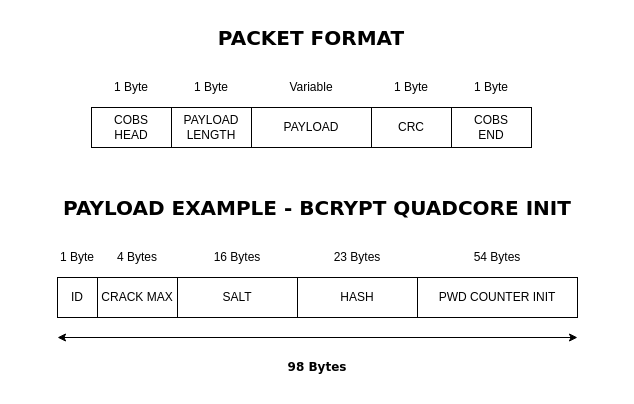
Djokzer/fpga_bruteforce_attack keeps this draw.io diagram as page "packet_format" (3 of 5) of assets/drawio/communication_protocol.drawio. Above is the earlier version. Source tidied: cells renumbered, new cells numbered last; positions are measured from the earlier drawing's top-left corner, leaving out a move shared by most shapes. Both pictures are drawn from the tidied source at 100%, with x=0, y=0 at pixel (17, 17).
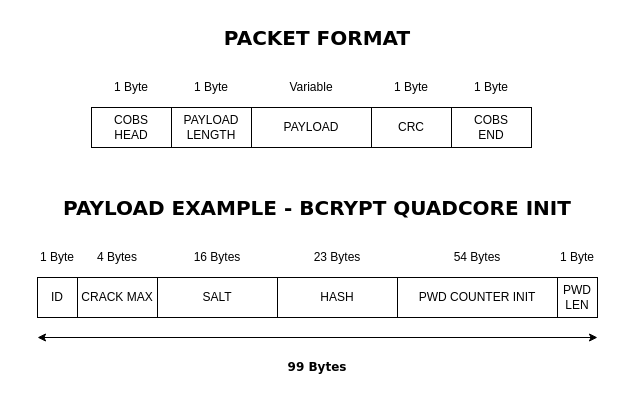
The same page after the edit.

Change to the diagram source:
```diff
@@
     <mxCell id="2" value="ID" style="rounded=0;whiteSpace=wrap;html=1;" parent="1" vertex="1">
-      <mxGeometry x="40" y="260" width="40" height="40" as="geometry" />
+      <mxGeometry x="20" y="260" width="40" height="40" as="geometry" />
     </mxCell>
     <mxCell id="3" value="1 Byte" style="rounded=0;whiteSpace=wrap;html=1;fillColor=none;strokeColor=none;" parent="1" vertex="1">
-      <mxGeometry x="40" y="220" width="40" height="40" as="geometry" />
+      <mxGeometry x="20" y="220" width="40" height="40" as="geometry" />
     </mxCell>
     <mxCell id="4" value="CRACK MAX" style="rounded=0;whiteSpace=wrap;html=1;" parent="1" vertex="1">
-      <mxGeometry x="80" y="260" width="80" height="40" as="geometry" />
+      <mxGeometry x="60" y="260" width="80" height="40" as="geometry" />
     </mxCell>
     <mxCell id="5" value="4 Bytes" style="rounded=0;whiteSpace=wrap;html=1;fillColor=none;strokeColor=none;" parent="1" vertex="1">
-      <mxGeometry x="80" y="220" width="80" height="40" as="geometry" />
+      <mxGeometry x="60" y="220" width="80" height="40" as="geometry" />
     </mxCell>
     <mxCell id="6" value="SALT" style="rounded=0;whiteSpace=wrap;html=1;" parent="1" vertex="1">
-      <mxGeometry x="160" y="260" width="120" height="40" as="geometry" />
+      <mxGeometry x="140" y="260" width="120" height="40" as="geometry" />
     </mxCell>
     <mxCell id="7" value="16 Bytes" style="rounded=0;whiteSpace=wrap;html=1;fillColor=none;strokeColor=none;" parent="1" vertex="1">
-      <mxGeometry x="160" y="220" width="120" height="40" as="geometry" />
+      <mxGeometry x="140" y="220" width="120" height="40" as="geometry" />
     </mxCell>
     <mxCell id="8" value="HASH" style="rounded=0;whiteSpace=wrap;html=1;" parent="1" vertex="1">
-      <mxGeometry x="280" y="260" width="120" height="40" as="geometry" />
+      <mxGeometry x="260" y="260" width="120" height="40" as="geometry" />
     </mxCell>
     <mxCell id="9" value="23 Bytes" style="rounded=0;whiteSpace=wrap;html=1;fillColor=none;strokeColor=none;" parent="1" vertex="1">
-      <mxGeometry x="280" y="220" width="120" height="40" as="geometry" />
+      <mxGeometry x="260" y="220" width="120" height="40" as="geometry" />
     </mxCell>
     <mxCell id="10" value="PWD COUNTER INIT" style="rounded=0;whiteSpace=wrap;html=1;" parent="1" vertex="1">
-      <mxGeometry x="400" y="260" width="160" height="40" as="geometry" />
+      <mxGeometry x="380" y="260" width="160" height="40" as="geometry" />
     </mxCell>
     <mxCell id="11" value="54 Bytes" style="rounded=0;whiteSpace=wrap;html=1;fillColor=none;strokeColor=none;" parent="1" vertex="1">
-      <mxGeometry x="400" y="220" width="160" height="40" as="geometry" />
+      <mxGeometry x="380" y="220" width="160" height="40" as="geometry" />
     </mxCell>
     <mxCell id="12" style="endArrow=classic;html=1;rounded=0;startArrow=classic;startFill=1;" parent="1" edge="1">
       <mxGeometry relative="1" as="geometry">
-        <mxPoint x="40" y="320" as="sourcePoint" />
-        <mxPoint x="560" y="320" as="targetPoint" />
+        <mxPoint x="20" y="320" as="sourcePoint" />
+        <mxPoint x="580" y="320" as="targetPoint" />
       </mxGeometry>
     </mxCell>
-    <mxCell id="13" value="&lt;span&gt;98 Bytes&lt;/span&gt;" style="rounded=0;whiteSpace=wrap;html=1;fillColor=none;strokeColor=none;fontFamily=Verdana;fontStyle=1;" parent="1" vertex="1">
-      <mxGeometry x="40" y="330" width="520" height="40" as="geometry" />
+    <mxCell id="13" value="&lt;span&gt;99 Bytes&lt;/span&gt;" style="rounded=0;whiteSpace=wrap;html=1;fillColor=none;strokeColor=none;fontFamily=Verdana;fontStyle=1;" parent="1" vertex="1">
+      <mxGeometry x="20" y="330" width="560" height="40" as="geometry" />
     </mxCell>
@@
     <mxCell id="20" value="PACKET FORMAT" style="rounded=0;whiteSpace=wrap;html=1;fillColor=none;strokeColor=none;fontFamily=Verdana;fontStyle=1;fontSize=20;" parent="1" vertex="1">
-      <mxGeometry x="154" width="280" height="40" as="geometry" />
+      <mxGeometry x="160" width="280" height="40" as="geometry" />
     </mxCell>
@@
+    <mxCell id="26" value="PWD&lt;div&gt;LEN&lt;/div&gt;" style="rounded=0;whiteSpace=wrap;html=1;" parent="1" vertex="1">
+      <mxGeometry x="540" y="260" width="40" height="40" as="geometry" />
+    </mxCell>
+    <mxCell id="27" value="1 Byte" style="rounded=0;whiteSpace=wrap;html=1;fillColor=none;strokeColor=none;" parent="1" vertex="1">
+      <mxGeometry x="540" y="220" width="40" height="40" as="geometry" />
+    </mxCell>
```
